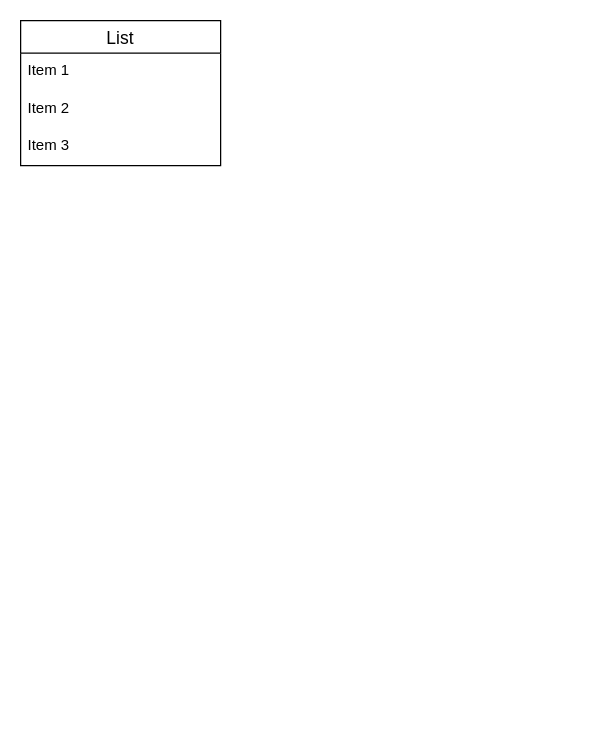
Before: furima.dio in hminami373/furima-29041, a draw.io diagram. Source tidied: cells renumbered, new cells numbered last; positions are measured from the earlier drawing's top-left corner, leaving out a move shared by most shapes. Both pictures are drawn from the tidied source at 125%, with x=0, y=0 at pixel (20, 20).
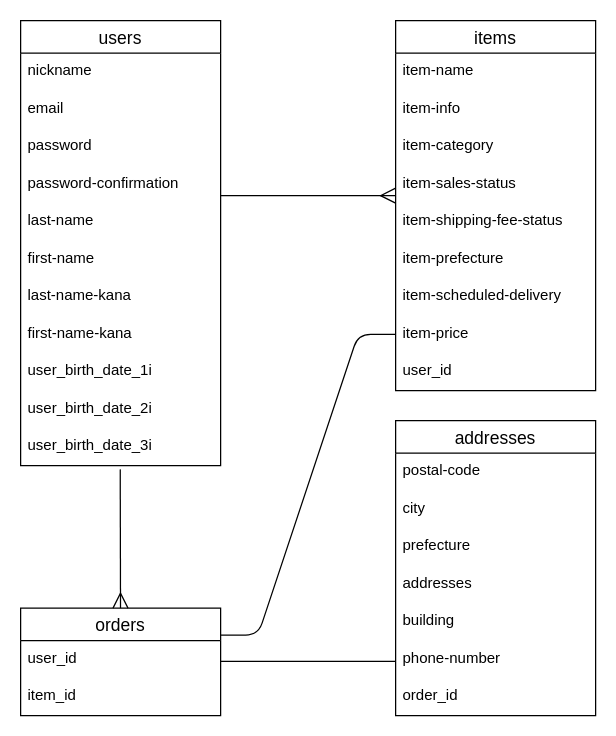
The same diagram, later.

Commit message (it also covers changes not shown here):
テーブル設計

The edit, as a diff of the source:
```diff
@@
-    <mxCell id="2" value="List" style="swimlane;fontStyle=0;horizontal=1;startSize=26;align=center;fontSize=14;" parent="1" vertex="1">
-      <mxGeometry width="160" height="116" as="geometry" />
+    <mxCell id="2" value="users" style="swimlane;fontStyle=0;horizontal=1;startSize=26;align=center;fontSize=14;" parent="1" vertex="1">
+      <mxGeometry width="160" height="356" as="geometry" />
     </mxCell>
-    <mxCell id="3" value="Item 1" style="text;strokeColor=none;fillColor=none;spacingLeft=4;spacingRight=4;overflow=hidden;fontSize=12;" parent="2" vertex="1">
-      <mxGeometry y="26" width="160" height="30" as="geometry" />
-    </mxCell>
+    <mxCell id="6" value="nickname" style="text;strokeColor=none;fillColor=none;spacingLeft=4;spacingRight=4;overflow=hidden;fontSize=12;labelBorderColor=none;" parent="2" vertex="1">
+      <mxGeometry y="26" width="160" height="30" as="geometry" />
+    </mxCell>
-    <mxCell id="4" value="Item 2" style="text;strokeColor=none;fillColor=none;spacingLeft=4;spacingRight=4;overflow=hidden;fontSize=12;" parent="2" vertex="1">
+    <mxCell id="4" value="email" style="text;strokeColor=none;fillColor=none;spacingLeft=4;spacingRight=4;overflow=hidden;fontSize=12;" parent="2" vertex="1">
       <mxGeometry y="56" width="160" height="30" as="geometry" />
     </mxCell>
-    <mxCell id="5" value="Item 3" style="text;strokeColor=none;fillColor=none;spacingLeft=4;spacingRight=4;overflow=hidden;fontSize=12;" parent="2" vertex="1">
+    <mxCell id="5" value="password" style="text;strokeColor=none;fillColor=none;spacingLeft=4;spacingRight=4;overflow=hidden;fontSize=12;" parent="2" vertex="1">
       <mxGeometry y="86" width="160" height="30" as="geometry" />
     </mxCell>
+    <mxCell id="7" value="password-confirmation" style="text;strokeColor=none;fillColor=none;spacingLeft=4;spacingRight=4;overflow=hidden;fontSize=12;labelBorderColor=none;" parent="2" vertex="1">
+      <mxGeometry y="116" width="160" height="30" as="geometry" />
+    </mxCell>
+    <mxCell id="8" value="last-name" style="text;strokeColor=none;fillColor=none;spacingLeft=4;spacingRight=4;overflow=hidden;fontSize=12;labelBorderColor=none;" parent="2" vertex="1">
+      <mxGeometry y="146" width="160" height="30" as="geometry" />
+    </mxCell>
+    <mxCell id="9" value="first-name" style="text;strokeColor=none;fillColor=none;spacingLeft=4;spacingRight=4;overflow=hidden;fontSize=12;labelBorderColor=none;" parent="2" vertex="1">
+      <mxGeometry y="176" width="160" height="30" as="geometry" />
+    </mxCell>
+    <mxCell id="10" value="last-name-kana" style="text;strokeColor=none;fillColor=none;spacingLeft=4;spacingRight=4;overflow=hidden;fontSize=12;labelBorderColor=none;" parent="2" vertex="1">
+      <mxGeometry y="206" width="160" height="30" as="geometry" />
+    </mxCell>
+    <mxCell id="11" value="first-name-kana" style="text;strokeColor=none;fillColor=none;spacingLeft=4;spacingRight=4;overflow=hidden;fontSize=12;labelBorderColor=none;" parent="2" vertex="1">
+      <mxGeometry y="236" width="160" height="30" as="geometry" />
+    </mxCell>
+    <mxCell id="12" value="user_birth_date_1i" style="text;strokeColor=none;fillColor=none;spacingLeft=4;spacingRight=4;overflow=hidden;fontSize=12;labelBorderColor=none;" parent="2" vertex="1">
+      <mxGeometry y="266" width="160" height="30" as="geometry" />
+    </mxCell>
+    <mxCell id="13" value="user_birth_date_2i" style="text;strokeColor=none;fillColor=none;spacingLeft=4;spacingRight=4;overflow=hidden;fontSize=12;labelBorderColor=none;" parent="2" vertex="1">
+      <mxGeometry y="296" width="160" height="30" as="geometry" />
+    </mxCell>
+    <mxCell id="14" value="user_birth_date_3i" style="text;strokeColor=none;fillColor=none;spacingLeft=4;spacingRight=4;overflow=hidden;points=[[0,0.5],[1,0.5]];portConstraint=eastwest;fontSize=12;labelBorderColor=none;" parent="2" vertex="1">
+      <mxGeometry y="326" width="160" height="30" as="geometry" />
+    </mxCell>
+    <mxCell id="15" value="orders" style="swimlane;fontStyle=0;horizontal=1;startSize=26;align=center;fontSize=14;" parent="1" vertex="1">
+      <mxGeometry y="470" width="160" height="86" as="geometry" />
+    </mxCell>
+    <mxCell id="16" value="user_id" style="text;strokeColor=none;fillColor=none;spacingLeft=4;spacingRight=4;overflow=hidden;fontSize=12;" parent="15" vertex="1">
+      <mxGeometry y="26" width="160" height="30" as="geometry" />
+    </mxCell>
+    <mxCell id="17" value="item_id" style="text;strokeColor=none;fillColor=none;spacingLeft=4;spacingRight=4;overflow=hidden;fontSize=12;" parent="15" vertex="1">
+      <mxGeometry y="56" width="160" height="30" as="geometry" />
+    </mxCell>
+    <mxCell id="18" value="items" style="swimlane;fontStyle=0;horizontal=1;startSize=26;align=center;fontSize=14;" parent="1" vertex="1">
+      <mxGeometry x="300" width="160" height="296" as="geometry" />
+    </mxCell>
+    <mxCell id="19" value="item-name" style="text;strokeColor=none;fillColor=none;spacingLeft=4;spacingRight=4;overflow=hidden;fontSize=12;" parent="18" vertex="1">
+      <mxGeometry y="26" width="160" height="30" as="geometry" />
+    </mxCell>
+    <mxCell id="20" value="item-info" style="text;strokeColor=none;fillColor=none;spacingLeft=4;spacingRight=4;overflow=hidden;fontSize=12;labelBorderColor=none;" parent="18" vertex="1">
+      <mxGeometry y="56" width="160" height="30" as="geometry" />
+    </mxCell>
+    <mxCell id="21" value="item-category" style="text;strokeColor=none;fillColor=none;spacingLeft=4;spacingRight=4;overflow=hidden;fontSize=12;labelBorderColor=none;" parent="18" vertex="1">
+      <mxGeometry y="86" width="160" height="30" as="geometry" />
+    </mxCell>
+    <mxCell id="22" value="item-sales-status" style="text;strokeColor=none;fillColor=none;spacingLeft=4;spacingRight=4;overflow=hidden;fontSize=12;labelBorderColor=none;" parent="18" vertex="1">
+      <mxGeometry y="116" width="160" height="30" as="geometry" />
+    </mxCell>
+    <mxCell id="23" value="item-shipping-fee-status" style="text;strokeColor=none;fillColor=none;spacingLeft=4;spacingRight=4;overflow=hidden;fontSize=12;" parent="18" vertex="1">
+      <mxGeometry y="146" width="160" height="30" as="geometry" />
+    </mxCell>
+    <mxCell id="24" value="item-prefecture" style="text;strokeColor=none;fillColor=none;spacingLeft=4;spacingRight=4;overflow=hidden;fontSize=12;labelBorderColor=none;" parent="18" vertex="1">
+      <mxGeometry y="176" width="160" height="30" as="geometry" />
+    </mxCell>
+    <mxCell id="25" value="item-scheduled-delivery" style="text;strokeColor=none;fillColor=none;spacingLeft=4;spacingRight=4;overflow=hidden;fontSize=12;labelBorderColor=none;" parent="18" vertex="1">
+      <mxGeometry y="206" width="160" height="30" as="geometry" />
+    </mxCell>
+    <mxCell id="26" value="item-price" style="text;strokeColor=none;fillColor=none;spacingLeft=4;spacingRight=4;overflow=hidden;points=[[0,0.5],[1,0.5]];portConstraint=eastwest;fontSize=12;" parent="18" vertex="1">
+      <mxGeometry y="236" width="160" height="30" as="geometry" />
+    </mxCell>
+    <mxCell id="27" value="user_id" style="text;strokeColor=none;fillColor=none;spacingLeft=4;spacingRight=4;overflow=hidden;fontSize=12;" parent="18" vertex="1">
+      <mxGeometry y="266" width="160" height="30" as="geometry" />
+    </mxCell>
+    <mxCell id="28" value="addresses" style="swimlane;fontStyle=0;horizontal=1;startSize=26;align=center;fontSize=14;" parent="1" vertex="1">
+      <mxGeometry x="300" y="320" width="160" height="236" as="geometry" />
+    </mxCell>
+    <mxCell id="29" value="postal-code" style="text;strokeColor=none;fillColor=none;spacingLeft=4;spacingRight=4;overflow=hidden;fontSize=12;" parent="28" vertex="1">
+      <mxGeometry y="26" width="160" height="30" as="geometry" />
+    </mxCell>
+    <mxCell id="30" value="city" style="text;strokeColor=none;fillColor=none;spacingLeft=4;spacingRight=4;overflow=hidden;fontSize=12;" parent="28" vertex="1">
+      <mxGeometry y="56" width="160" height="30" as="geometry" />
+    </mxCell>
+    <mxCell id="31" value="prefecture" style="text;strokeColor=none;fillColor=none;spacingLeft=4;spacingRight=4;overflow=hidden;fontSize=12;" parent="28" vertex="1">
+      <mxGeometry y="86" width="160" height="30" as="geometry" />
+    </mxCell>
+    <mxCell id="32" value="addresses" style="text;strokeColor=none;fillColor=none;spacingLeft=4;spacingRight=4;overflow=hidden;fontSize=12;labelBorderColor=none;" parent="28" vertex="1">
+      <mxGeometry y="116" width="160" height="30" as="geometry" />
+    </mxCell>
+    <mxCell id="33" value="building" style="text;strokeColor=none;fillColor=none;spacingLeft=4;spacingRight=4;overflow=hidden;fontSize=12;labelBorderColor=none;" parent="28" vertex="1">
+      <mxGeometry y="146" width="160" height="30" as="geometry" />
+    </mxCell>
+    <mxCell id="34" value="phone-number" style="text;strokeColor=none;fillColor=none;spacingLeft=4;spacingRight=4;overflow=hidden;fontSize=12;labelBorderColor=none;" parent="28" vertex="1">
+      <mxGeometry y="176" width="160" height="30" as="geometry" />
+    </mxCell>
+    <mxCell id="35" value="order_id" style="text;strokeColor=none;fillColor=none;spacingLeft=4;spacingRight=4;overflow=hidden;fontSize=12;" parent="28" vertex="1">
+      <mxGeometry y="206" width="160" height="30" as="geometry" />
+    </mxCell>
+    <mxCell id="36" style="edgeStyle=entityRelationEdgeStyle;fontSize=12;html=1;endArrow=none;entryX=0;entryY=0.5;entryDx=0;entryDy=0;endSize=10;startArrow=none;startFill=0;startSize=10;exitX=1;exitY=0.25;exitDx=0;exitDy=0;endFill=0;" parent="1" edge="1" source="15" target="26">
+      <mxGeometry relative="1" as="geometry" />
+    </mxCell>
+    <mxCell id="37" style="endArrow=ERmany;html=1;rounded=0;sourcePerimeterSpacing=0;startArrow=none;startFill=0;endFill=0;endSize=10;startSize=10;" parent="1" edge="1">
+      <mxGeometry relative="1" as="geometry">
+        <mxPoint x="160" y="140" as="sourcePoint" />
+        <mxPoint x="300" y="140" as="targetPoint" />
+      </mxGeometry>
+    </mxCell>
+    <mxCell id="38" style="endArrow=none;html=1;rounded=0;startSize=10;endSize=10;sourcePerimeterSpacing=0;startArrow=ERmany;startFill=0;endFill=0;entryX=0.498;entryY=1.1;entryDx=0;entryDy=0;entryPerimeter=0;" parent="1" edge="1" source="15" target="14">
+      <mxGeometry relative="1" as="geometry" />
+    </mxCell>
+    <mxCell id="39" style="endArrow=none;html=1;rounded=0;startSize=10;endSize=10;sourcePerimeterSpacing=0;" parent="1" edge="1">
+      <mxGeometry relative="1" as="geometry">
+        <mxPoint x="160" y="512.6" as="sourcePoint" />
+        <mxPoint x="300" y="512.6" as="targetPoint" />
+      </mxGeometry>
+    </mxCell>
```
